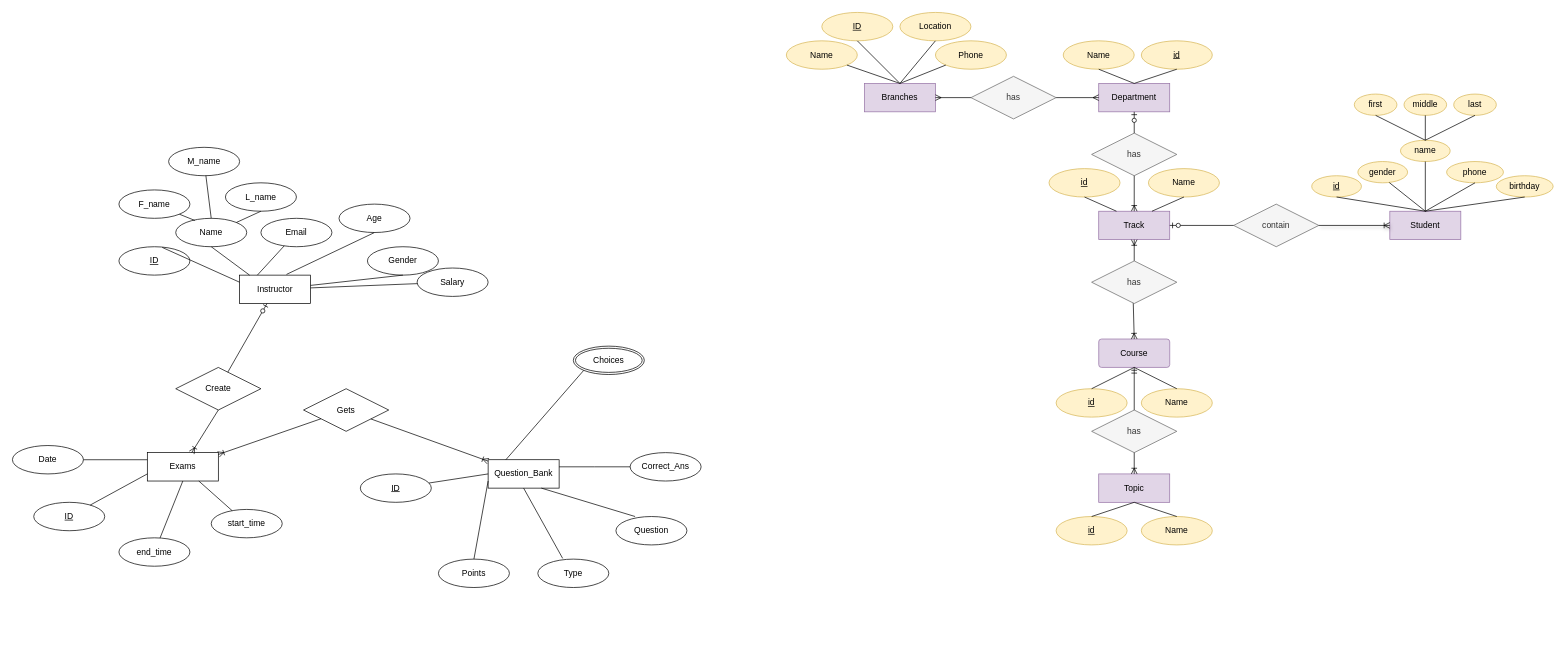
This is OnlineExaminationSystem.drawio from aya-abdelmageed/OnlineExaminationSystem, a draw.io file, before an edit. Source tidied: cells renumbered, new cells numbered last; positions are measured from the earlier drawing's top-left corner, leaving out a move shared by most shapes. Both pictures are drawn from the tidied source at 71%, with x=0, y=0 at pixel (12, 12).
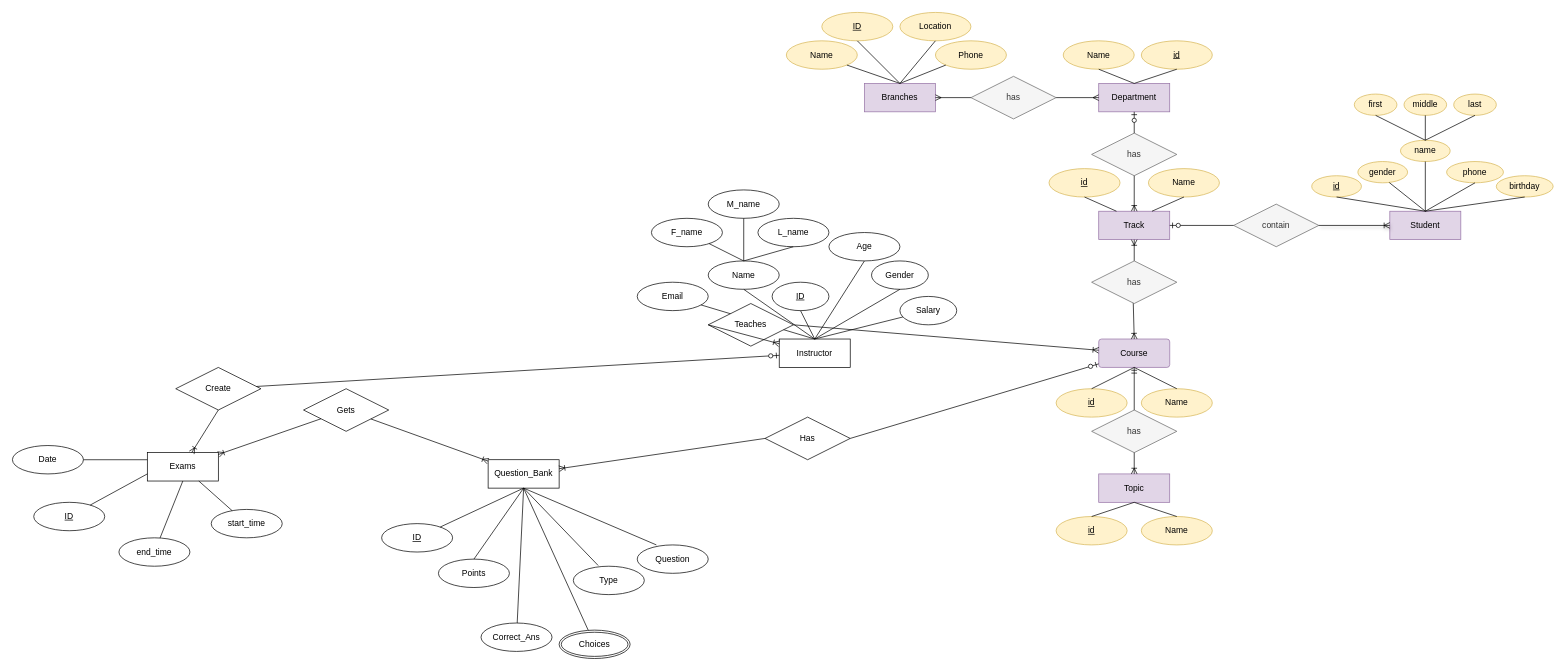
The same diagram, later.

The change refers to these unchanged cells:
```xml
<mxCell id="27" value="Question_Bank" style="whiteSpace=wrap;html=1;align=center;" parent="1" vertex="1">
  <mxGeometry x="670" y="630" width="100" height="40" as="geometry" />
</mxCell>
<mxCell id="35" value="Points" style="ellipse;whiteSpace=wrap;html=1;align=center;" parent="1" vertex="1">
  <mxGeometry x="600" y="770" width="100" height="40" as="geometry" />
</mxCell>
<mxCell id="61" value="Course" style="rounded=1;arcSize=10;whiteSpace=wrap;html=1;align=center;fillColor=#e1d5e7;strokeColor=#9673a6;" parent="1" vertex="1">
  <mxGeometry x="1530" y="460" width="100" height="40" as="geometry" />
</mxCell>
```

What changed in the source:
```diff
@@
     <mxCell id="4" value="Instructor" style="whiteSpace=wrap;html=1;align=center;" parent="1" vertex="1">
-      <mxGeometry x="320" y="370" width="100" height="40" as="geometry" />
+      <mxGeometry x="1080" y="460" width="100" height="40" as="geometry" />
     </mxCell>
     <mxCell id="5" value="Name" style="ellipse;whiteSpace=wrap;html=1;align=center;" parent="1" vertex="1">
-      <mxGeometry x="230" y="290" width="100" height="40" as="geometry" />
+      <mxGeometry x="980" y="350" width="100" height="40" as="geometry" />
     </mxCell>
     <mxCell id="6" value="Age" style="ellipse;whiteSpace=wrap;html=1;align=center;" parent="1" vertex="1">
-      <mxGeometry x="460" y="270" width="100" height="40" as="geometry" />
+      <mxGeometry x="1150" y="310" width="100" height="40" as="geometry" />
     </mxCell>
     <mxCell id="7" value="Salary" style="ellipse;whiteSpace=wrap;html=1;align=center;" parent="1" vertex="1">
-      <mxGeometry x="570" y="360" width="100" height="40" as="geometry" />
+      <mxGeometry x="1250" y="400" width="80" height="40" as="geometry" />
     </mxCell>
     <mxCell id="8" value="Gender" style="ellipse;whiteSpace=wrap;html=1;align=center;" parent="1" vertex="1">
-      <mxGeometry x="500" y="330" width="100" height="40" as="geometry" />
+      <mxGeometry x="1210" y="350" width="80" height="40" as="geometry" />
     </mxCell>
     <mxCell id="9" value="ID" style="ellipse;whiteSpace=wrap;html=1;align=center;fontStyle=4;" parent="1" vertex="1">
-      <mxGeometry x="490" y="650" width="100" height="40" as="geometry" />
+      <mxGeometry x="520" y="720" width="100" height="40" as="geometry" />
     </mxCell>
@@
     <mxCell id="11" value="ID" style="ellipse;whiteSpace=wrap;html=1;align=center;fontStyle=4;" parent="1" vertex="1">
-      <mxGeometry x="150" y="330" width="100" height="40" as="geometry" />
+      <mxGeometry x="1070" y="380" width="80" height="40" as="geometry" />
     </mxCell>
@@
     <mxCell id="13" value="F_name" style="ellipse;whiteSpace=wrap;html=1;align=center;" parent="1" vertex="1">
-      <mxGeometry x="150" y="250" width="100" height="40" as="geometry" />
+      <mxGeometry x="900" y="290" width="100" height="40" as="geometry" />
     </mxCell>
     <mxCell id="14" value="M_name" style="ellipse;whiteSpace=wrap;html=1;align=center;" parent="1" vertex="1">
-      <mxGeometry x="220" y="190" width="100" height="40" as="geometry" />
+      <mxGeometry x="980" y="250" width="100" height="40" as="geometry" />
     </mxCell>
     <mxCell id="15" value="L_name" style="ellipse;whiteSpace=wrap;html=1;align=center;" parent="1" vertex="1">
-      <mxGeometry x="300" y="240" width="100" height="40" as="geometry" />
+      <mxGeometry x="1050" y="290" width="100" height="40" as="geometry" />
     </mxCell>
     <mxCell id="16" value="Email" style="ellipse;whiteSpace=wrap;html=1;align=center;" parent="1" vertex="1">
-      <mxGeometry x="350" y="290" width="100" height="40" as="geometry" />
+      <mxGeometry x="880" y="380" width="100" height="40" as="geometry" />
     </mxCell>
@@
-    <mxCell id="18" style="endArrow=none;html=1;rounded=0;exitX=0.5;exitY=1;exitDx=0;exitDy=0;entryX=1;entryY=0;entryDx=0;entryDy=0;" parent="1" edge="1" source="15" target="5">
-      <mxGeometry relative="1" as="geometry" />
+    <mxCell id="18" style="endArrow=none;html=1;rounded=0;exitX=0.5;exitY=1;exitDx=0;exitDy=0;" parent="1" edge="1" source="15">
+      <mxGeometry relative="1" as="geometry">
+        <mxPoint x="1030" y="350" as="targetPoint" />
+      </mxGeometry>
     </mxCell>
-    <mxCell id="19" style="endArrow=none;html=1;rounded=0;exitX=0.14;exitY=0;exitDx=0;exitDy=0;exitPerimeter=0;entryX=0.5;entryY=1;entryDx=0;entryDy=0;" parent="1" edge="1" source="4" target="5">
-      <mxGeometry relative="1" as="geometry" />
+    <mxCell id="19" style="endArrow=none;html=1;rounded=0;entryX=0.5;entryY=1;entryDx=0;entryDy=0;" parent="1" edge="1" target="5">
+      <mxGeometry relative="1" as="geometry">
+        <mxPoint x="1130" y="460" as="sourcePoint" />
+      </mxGeometry>
     </mxCell>
-    <mxCell id="20" style="endArrow=none;html=1;rounded=0;exitX=0.27;exitY=0.075;exitDx=0;exitDy=0;exitPerimeter=0;" parent="1" edge="1" source="5" target="13">
+    <mxCell id="20" style="endArrow=none;html=1;rounded=0;exitX=0.5;exitY=0;exitDx=0;exitDy=0;" parent="1" edge="1" source="5" target="13">
       <mxGeometry relative="1" as="geometry" />
     </mxCell>
-    <mxCell id="21" style="endArrow=none;html=1;rounded=0;exitX=0.61;exitY=0.025;exitDx=0;exitDy=0;exitPerimeter=0;entryX=0;entryY=0.25;entryDx=0;entryDy=0;" parent="1" edge="1" source="11" target="4">
-      <mxGeometry relative="1" as="geometry" />
+    <mxCell id="21" style="endArrow=none;html=1;rounded=0;exitX=0.5;exitY=1;exitDx=0;exitDy=0;" parent="1" edge="1" source="11">
+      <mxGeometry relative="1" as="geometry">
+        <mxPoint x="1130" y="460" as="targetPoint" />
+      </mxGeometry>
     </mxCell>
-    <mxCell id="22" style="endArrow=none;html=1;rounded=0;exitX=0.25;exitY=0;exitDx=0;exitDy=0;" parent="1" edge="1" source="4" target="16">
+    <mxCell id="22" style="endArrow=none;html=1;rounded=0;exitX=0.5;exitY=0;exitDx=0;exitDy=0;" parent="1" edge="1" source="4" target="16">
       <mxGeometry relative="1" as="geometry" />
     </mxCell>
-    <mxCell id="23" style="endArrow=none;html=1;rounded=0;exitX=0.66;exitY=-0.025;exitDx=0;exitDy=0;exitPerimeter=0;entryX=0.5;entryY=1;entryDx=0;entryDy=0;" parent="1" edge="1" source="4" target="6">
+    <mxCell id="23" style="endArrow=none;html=1;rounded=0;exitX=0.5;exitY=0;exitDx=0;exitDy=0;entryX=0.5;entryY=1;entryDx=0;entryDy=0;" parent="1" edge="1" source="4" target="6">
       <mxGeometry relative="1" as="geometry" />
     </mxCell>
-    <mxCell id="24" style="endArrow=none;html=1;rounded=0;entryX=0.5;entryY=1;entryDx=0;entryDy=0;" parent="1" edge="1" source="4" target="8">
-      <mxGeometry relative="1" as="geometry" />
+    <mxCell id="24" style="endArrow=none;html=1;rounded=0;entryX=0.5;entryY=1;entryDx=0;entryDy=0;" parent="1" edge="1" target="8">
+      <mxGeometry relative="1" as="geometry">
+        <mxPoint x="1130" y="460" as="sourcePoint" />
+      </mxGeometry>
     </mxCell>
-    <mxCell id="25" style="endArrow=none;html=1;rounded=0;" parent="1" edge="1" source="4" target="7">
+    <mxCell id="25" style="endArrow=none;html=1;rounded=0;exitX=0.5;exitY=0;exitDx=0;exitDy=0;" parent="1" edge="1" source="4" target="7">
       <mxGeometry relative="1" as="geometry" />
     </mxCell>
@@
     <mxCell id="30" value="Type" style="ellipse;whiteSpace=wrap;html=1;align=center;" parent="1" vertex="1">
-      <mxGeometry x="740" y="770" width="100" height="40" as="geometry" />
+      <mxGeometry x="790" y="780" width="100" height="40" as="geometry" />
     </mxCell>
@@
     <mxCell id="36" value="Correct_Ans" style="ellipse;whiteSpace=wrap;html=1;align=center;" parent="1" vertex="1">
-      <mxGeometry x="870" y="620" width="100" height="40" as="geometry" />
+      <mxGeometry x="660" y="860" width="100" height="40" as="geometry" />
     </mxCell>
     <mxCell id="37" value="Question" style="ellipse;whiteSpace=wrap;html=1;align=center;" parent="1" vertex="1">
-      <mxGeometry x="850" y="710" width="100" height="40" as="geometry" />
+      <mxGeometry x="880" y="750" width="100" height="40" as="geometry" />
     </mxCell>
     <mxCell id="38" value="Choices" style="ellipse;shape=doubleEllipse;margin=3;whiteSpace=wrap;html=1;align=center;" parent="1" vertex="1">
-      <mxGeometry x="790" y="470" width="100" height="40" as="geometry" />
+      <mxGeometry x="770" y="870" width="100" height="40" as="geometry" />
     </mxCell>
-    <mxCell id="39" style="endArrow=none;html=1;rounded=0;entryX=0;entryY=0.5;entryDx=0;entryDy=0;" parent="1" edge="1" source="9" target="27">
+    <mxCell id="39" style="endArrow=none;html=1;rounded=0;entryX=0.5;entryY=1;entryDx=0;entryDy=0;" parent="1" edge="1" source="9" target="27">
       <mxGeometry relative="1" as="geometry" />
     </mxCell>
-    <mxCell id="40" style="endArrow=none;html=1;rounded=0;entryX=0.75;entryY=1;entryDx=0;entryDy=0;exitX=0.27;exitY=0;exitDx=0;exitDy=0;exitPerimeter=0;" parent="1" edge="1" source="37" target="27">
+    <mxCell id="40" style="endArrow=none;html=1;rounded=0;exitX=0.27;exitY=0;exitDx=0;exitDy=0;exitPerimeter=0;entryX=0.5;entryY=1;entryDx=0;entryDy=0;" parent="1" edge="1" source="37" target="27">
       <mxGeometry relative="1" as="geometry" />
     </mxCell>
-    <mxCell id="41" style="endArrow=none;html=1;rounded=0;entryX=0;entryY=0.75;entryDx=0;entryDy=0;exitX=0.5;exitY=0;exitDx=0;exitDy=0;" parent="1" edge="1" source="35" target="27">
+    <mxCell id="41" style="endArrow=none;html=1;rounded=0;entryX=0.5;entryY=1;entryDx=0;entryDy=0;exitX=0.5;exitY=0;exitDx=0;exitDy=0;" parent="1" edge="1" source="35" target="27">
       <mxGeometry relative="1" as="geometry" />
     </mxCell>
@@
-    <mxCell id="43" style="endArrow=none;html=1;rounded=0;exitX=1;exitY=0.25;exitDx=0;exitDy=0;" parent="1" edge="1" source="27" target="36">
-      <mxGeometry relative="1" as="geometry">
-        <Array as="points">
-          <mxPoint x="820" y="640" />
-        </Array>
-      </mxGeometry>
+    <mxCell id="43" style="endArrow=none;html=1;rounded=0;exitX=0.5;exitY=1;exitDx=0;exitDy=0;" parent="1" edge="1" source="27" target="36">
+      <mxGeometry relative="1" as="geometry" />
     </mxCell>
-    <mxCell id="44" style="endArrow=none;html=1;rounded=0;entryX=0.25;entryY=0;entryDx=0;entryDy=0;exitX=0;exitY=1;exitDx=0;exitDy=0;" parent="1" edge="1" source="38" target="27">
+    <mxCell id="44" style="endArrow=none;html=1;rounded=0;entryX=0.5;entryY=1;entryDx=0;entryDy=0;" parent="1" edge="1" source="38" target="27">
       <mxGeometry relative="1" as="geometry" />
     </mxCell>
@@
+    <mxCell id="111" value="Has" style="shape=rhombus;perimeter=rhombusPerimeter;whiteSpace=wrap;html=1;align=center;" parent="1" vertex="1">
+      <mxGeometry x="1060" y="570" width="120" height="60" as="geometry" />
+    </mxCell>
+    <mxCell id="112" style="fontSize=12;html=1;endArrow=ERzeroToOne;endFill=1;rounded=0;exitX=1;exitY=0.5;exitDx=0;exitDy=0;" parent="1" edge="1" source="111" target="61">
+      <mxGeometry relative="1" as="geometry" />
+    </mxCell>
+    <mxCell id="113" style="fontSize=12;html=1;endArrow=ERoneToMany;rounded=0;exitX=0;exitY=0.5;exitDx=0;exitDy=0;" parent="1" edge="1" source="111" target="27">
+      <mxGeometry relative="1" as="geometry" />
+    </mxCell>
+    <mxCell id="114" value="Teaches" style="shape=rhombus;perimeter=rhombusPerimeter;whiteSpace=wrap;html=1;align=center;" parent="1" vertex="1">
+      <mxGeometry x="980" y="410" width="120" height="60" as="geometry" />
+    </mxCell>
+    <mxCell id="115" style="fontSize=12;html=1;endArrow=ERoneToMany;rounded=0;exitX=1;exitY=0.5;exitDx=0;exitDy=0;" parent="1" edge="1" source="114" target="61">
+      <mxGeometry relative="1" as="geometry" />
+    </mxCell>
+    <mxCell id="116" style="fontSize=12;html=1;endArrow=ERoneToMany;rounded=0;exitX=0;exitY=0.5;exitDx=0;exitDy=0;" parent="1" edge="1" source="114" target="4">
+      <mxGeometry relative="1" as="geometry" />
+    </mxCell>
```
